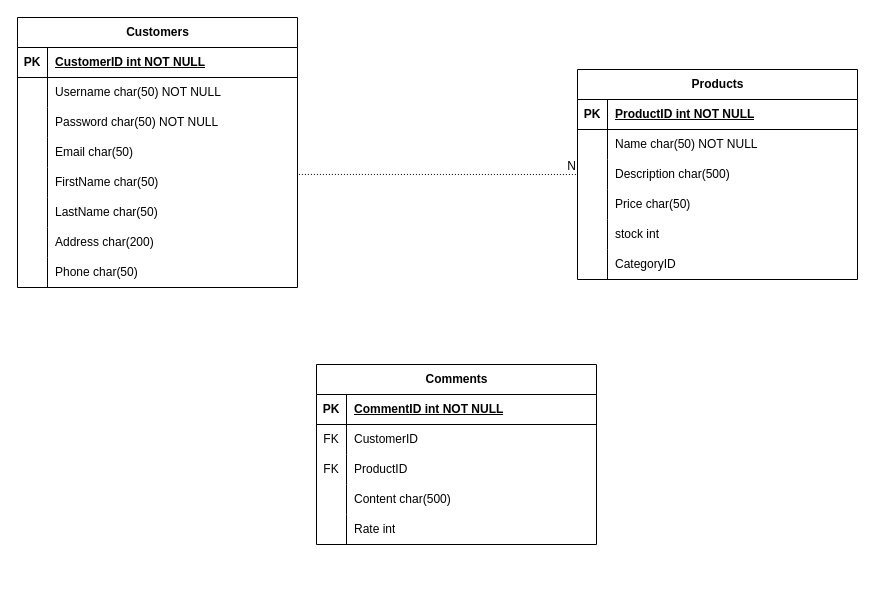
zeinab-hajhosseini/OnlineShopERD keeps this draw.io diagram as OnlineShop.drawio. Above is the earlier version. Source tidied: cells renumbered, new cells numbered last; positions are measured from the earlier drawing's top-left corner, leaving out a move shared by most shapes. Both pictures are drawn from the tidied source at 100%, with x=0, y=0 at pixel (17, 17).
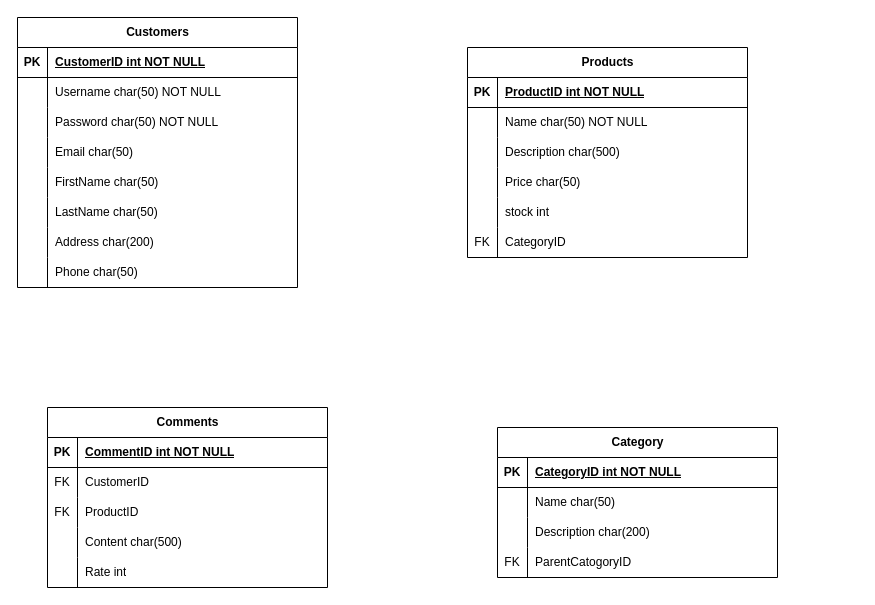
The same page after the edit.

Commit message:
Define Category Entity

Unchanged cells that the change refers to:
```xml
<mxCell id="15" style="shape=tableRow;horizontal=0;startSize=0;swimlaneHead=0;swimlaneBody=0;fillColor=none;points=[[0,0.5],[1,0.5]];portConstraint=eastwest;top=0;left=0;right=0;bottom=0;" parent="2" vertex="1">
  <mxGeometry y="150" width="280" height="30" as="geometry" />
</mxCell>
<mxCell id="34" style="shape=tableRow;horizontal=0;startSize=0;swimlaneHead=0;swimlaneBody=0;fillColor=none;points=[[0,0.5],[1,0.5]];portConstraint=eastwest;top=0;left=0;right=0;bottom=0;" parent="27" vertex="1">
  <mxGeometry y="90" width="280" height="30" as="geometry" />
</mxCell>
<mxCell id="43" style="shape=tableRow;horizontal=0;startSize=0;swimlaneHead=0;swimlaneBody=0;fillColor=none;top=0;left=0;right=0;bottom=0;" parent="27" vertex="1">
  <mxGeometry y="180" width="280" height="30" as="geometry" />
</mxCell>
```

Diff of the diagram source:
```diff
@@
     <mxCell id="27" value="Products" style="shape=table;startSize=30;childLayout=tableLayout;rowLines=0;fontStyle=1;align=center;html=1;" parent="1" vertex="1">
-      <mxGeometry x="560" y="52" width="280" height="210" as="geometry" />
+      <mxGeometry x="450" y="30" width="280" height="210" as="geometry" />
     </mxCell>
@@
-    <mxCell id="44" style="shape=partialRectangle;fillColor=none;top=0;left=0;bottom=0;right=0;overflow=hidden;whiteSpace=wrap;html=1;" parent="43" vertex="1">
+    <mxCell id="44" value="FK" style="shape=partialRectangle;fillColor=none;top=0;left=0;bottom=0;right=0;overflow=hidden;whiteSpace=wrap;html=1;" parent="43" vertex="1">
       <mxGeometry width="30" height="30" as="geometry" />
     </mxCell>
@@
-    <mxCell id="46" style="endArrow=none;html=1;rounded=0;dashed=1;dashPattern=1 2;exitX=1.005;exitY=0.231;exitDx=0;exitDy=0;exitPerimeter=0;entryX=0;entryY=0.5;entryDx=0;entryDy=0;" parent="1" edge="1" source="15" target="34">
-      <mxGeometry relative="1" as="geometry" />
-    </mxCell>
-    <mxCell id="47" value="N" style="html=1;whiteSpace=wrap;align=right;verticalAlign=bottom;" parent="46" vertex="1">
-      <mxGeometry x="1" relative="1" as="geometry" />
-    </mxCell>
     <mxCell id="48" value="Comments" style="shape=table;startSize=30;childLayout=tableLayout;rowLines=0;fontStyle=1;align=center;html=1;" parent="1" vertex="1">
-      <mxGeometry x="299" y="347" width="280" height="180" as="geometry" />
+      <mxGeometry x="30" y="390" width="280" height="180" as="geometry" />
     </mxCell>
@@
+    <mxCell id="64" value="Category" style="shape=table;startSize=30;childLayout=tableLayout;rowLines=0;fontStyle=1;align=center;html=1;" parent="1" vertex="1">
+      <mxGeometry x="480" y="410" width="280" height="150" as="geometry" />
+    </mxCell>
+    <mxCell id="65" style="shape=tableRow;horizontal=0;startSize=0;swimlaneHead=0;swimlaneBody=0;fillColor=none;top=0;left=0;right=0;bottom=1;" parent="64" vertex="1">
+      <mxGeometry y="30" width="280" height="30" as="geometry" />
+    </mxCell>
+    <mxCell id="66" value="PK" style="shape=partialRectangle;fillColor=none;top=0;left=0;bottom=0;right=0;fontStyle=1;overflow=hidden;whiteSpace=wrap;html=1;" parent="65" vertex="1">
+      <mxGeometry width="30" height="30" as="geometry" />
+    </mxCell>
+    <mxCell id="67" value="CategoryID int NOT NULL" style="shape=partialRectangle;fillColor=none;top=0;left=0;bottom=0;right=0;align=left;spacingLeft=6;fontStyle=5;overflow=hidden;whiteSpace=wrap;html=1;" parent="65" vertex="1">
+      <mxGeometry x="30" width="250" height="30" as="geometry" />
+    </mxCell>
+    <mxCell id="68" style="shape=tableRow;horizontal=0;startSize=0;swimlaneHead=0;swimlaneBody=0;fillColor=none;top=0;left=0;right=0;bottom=0;" parent="64" vertex="1">
+      <mxGeometry y="60" width="280" height="30" as="geometry" />
+    </mxCell>
+    <mxCell id="69" style="shape=partialRectangle;fillColor=none;top=0;left=0;bottom=0;right=0;overflow=hidden;whiteSpace=wrap;html=1;" parent="68" vertex="1">
+      <mxGeometry width="30" height="30" as="geometry" />
+    </mxCell>
+    <mxCell id="70" value="Name char(50)" style="shape=partialRectangle;fillColor=none;top=0;left=0;bottom=0;right=0;align=left;spacingLeft=6;overflow=hidden;whiteSpace=wrap;html=1;" parent="68" vertex="1">
+      <mxGeometry x="30" width="250" height="30" as="geometry" />
+    </mxCell>
+    <mxCell id="71" style="shape=tableRow;horizontal=0;startSize=0;swimlaneHead=0;swimlaneBody=0;fillColor=none;top=0;left=0;right=0;bottom=0;" parent="64" vertex="1">
+      <mxGeometry y="90" width="280" height="30" as="geometry" />
+    </mxCell>
+    <mxCell id="72" style="shape=partialRectangle;fillColor=none;top=0;left=0;bottom=0;right=0;overflow=hidden;whiteSpace=wrap;html=1;" parent="71" vertex="1">
+      <mxGeometry width="30" height="30" as="geometry" />
+    </mxCell>
+    <mxCell id="73" value="Description char(200)" style="shape=partialRectangle;fillColor=none;top=0;left=0;bottom=0;right=0;align=left;spacingLeft=6;overflow=hidden;whiteSpace=wrap;html=1;" parent="71" vertex="1">
+      <mxGeometry x="30" width="250" height="30" as="geometry" />
+    </mxCell>
+    <mxCell id="74" style="shape=tableRow;horizontal=0;startSize=0;swimlaneHead=0;swimlaneBody=0;fillColor=none;top=0;left=0;right=0;bottom=0;" parent="64" vertex="1">
+      <mxGeometry y="120" width="280" height="30" as="geometry" />
+    </mxCell>
+    <mxCell id="75" value="FK" style="shape=partialRectangle;fillColor=none;top=0;left=0;bottom=0;right=0;overflow=hidden;whiteSpace=wrap;html=1;" parent="74" vertex="1">
+      <mxGeometry width="30" height="30" as="geometry" />
+    </mxCell>
+    <mxCell id="76" value="ParentCatogoryID" style="shape=partialRectangle;fillColor=none;top=0;left=0;bottom=0;right=0;align=left;spacingLeft=6;overflow=hidden;whiteSpace=wrap;html=1;" parent="74" vertex="1">
+      <mxGeometry x="30" width="250" height="30" as="geometry" />
+    </mxCell>
```
